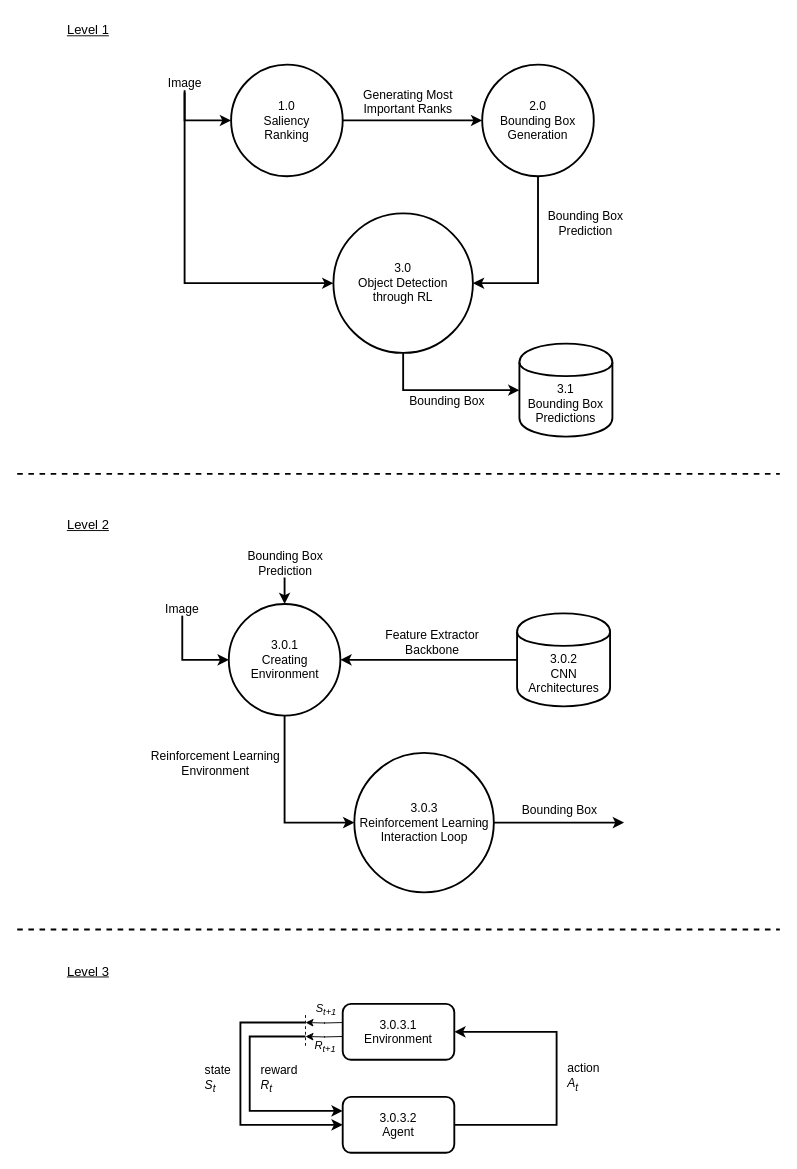
Before: page "DFD LvL1" (3 of 3) of Diagrams/Diagrams.drawio in mbar0075/SaRLVision, a draw.io diagram. Source tidied: cells renumbered, new cells numbered last; positions are measured from the earlier drawing's top-left corner, leaving out a move shared by most shapes. Both pictures are drawn from the tidied source at 93%, with x=0, y=0 at pixel (17, 16).
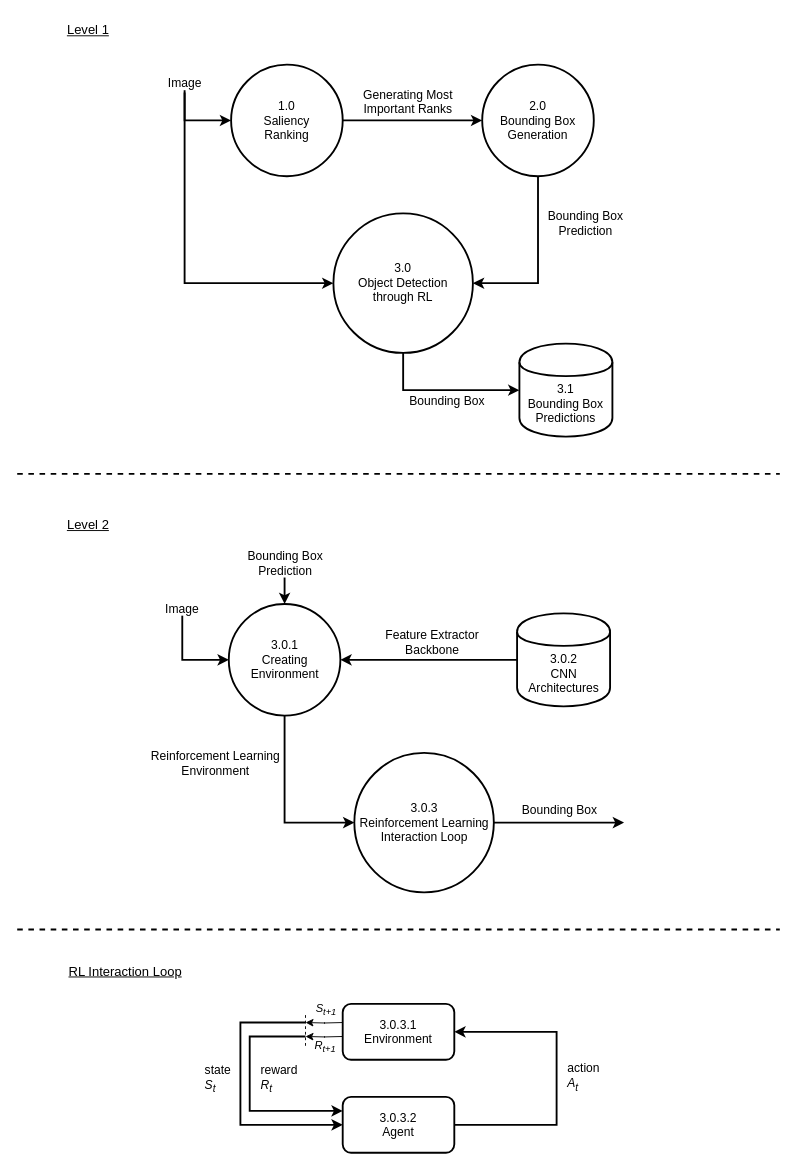
After the change.

Diff of the diagram source:
```diff
@@
-    <mxCell id="30" value="&lt;font style=&quot;font-size: 14px;&quot;&gt;&lt;u&gt;Level 3&lt;/u&gt;&lt;/font&gt;" style="text;html=1;align=center;verticalAlign=middle;strokeColor=none;fillColor=none;" parent="1" vertex="1">
-      <mxGeometry x="41" y="1012" width="70" height="30" as="geometry" />
+    <mxCell id="30" value="&lt;font style=&quot;font-size: 14px;&quot;&gt;&lt;u&gt;RL Interaction Loop&lt;/u&gt;&lt;/font&gt;" style="text;html=1;align=center;verticalAlign=middle;strokeColor=none;fillColor=none;" parent="1" vertex="1">
+      <mxGeometry x="41" y="1012" width="150" height="30" as="geometry" />
     </mxCell>
```
